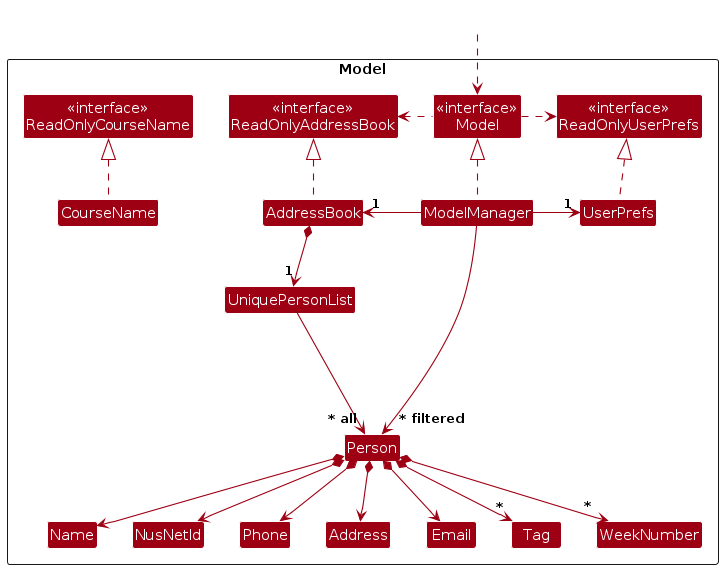
This is diagrams/ModelClassDiagram.png from belligerentbeagle/tp, a PlantUML export, as it was before one commit. Its source is kept beside it as diagrams/ModelClassDiagram.puml.
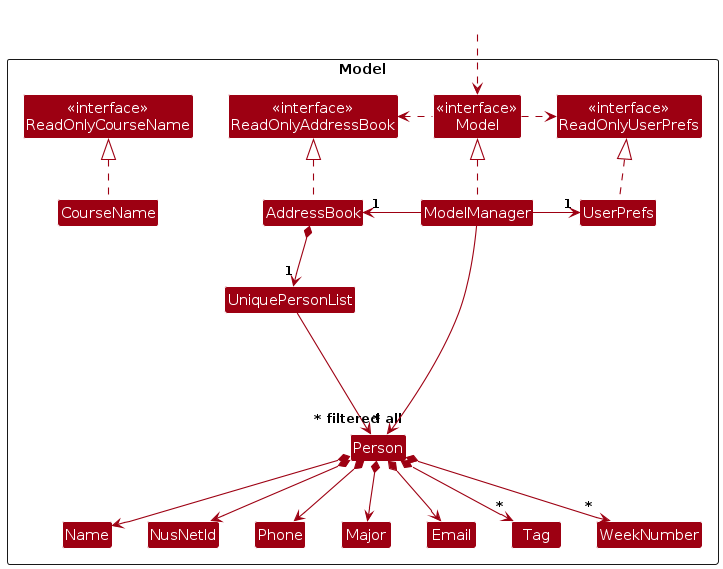
Later version of the same file.

Diff of the diagram source:
```diff
@@ -17,7 +17,7 @@
 Class UniquePersonList
 Class Person
 Class NusNetId
-Class Address
+Class Major
 Class Email
 Class Name
 Class Phone
@@ -47,7 +47,7 @@
 Person *--> NusNetId
 Person *--> Phone
 Person *--> Email
-Person *--> Address
+Person *--> Major
 Person *--> "*" Tag
 Person *--> "*" WeekNumber
 
@@ -56,8 +56,8 @@
 
 Name -[hidden]right-> NusNetId
 NusNetId -[hidden]right-> Phone
-Phone -[hidden]right-> Address
-Address -[hidden]right-> Email
+Phone -[hidden]right-> Major
+Major -[hidden]right-> Email
 
 ModelManager --> "~* filtered" Person
 @enduml
```
